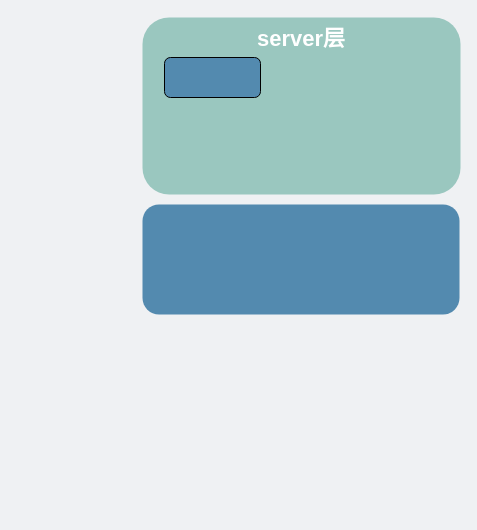
Earlier version of the draw.io diagram network/Mysql架构.drawio (xiaobaiTech/image). Source tidied: cells renumbered, new cells numbered last; positions are measured from the earlier drawing's top-left corner, leaving out a move shared by most shapes. Both pictures are drawn from the tidied source at 100%, with x=0, y=0 at pixel (142, 17).
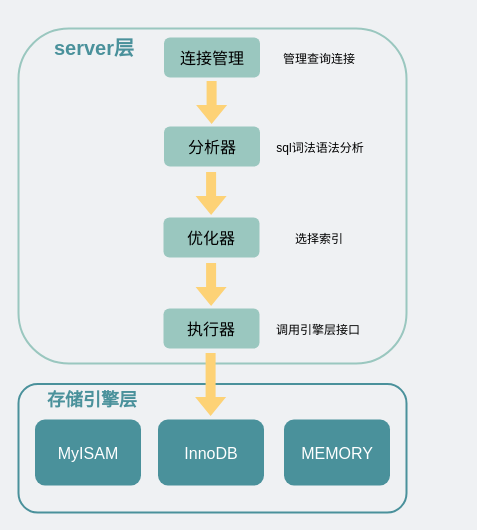
The same diagram, later.

What changed in the source:
```diff
@@
-    <mxCell id="2" style="rounded=1;whiteSpace=wrap;html=1;fillColor=#538AAF;strokeColor=none;" parent="1" vertex="1">
-      <mxGeometry y="187" width="317" height="110" as="geometry" />
-    </mxCell>
-    <mxCell id="3" style="rounded=1;whiteSpace=wrap;html=1;fillColor=#9AC7BF;strokeColor=none;" parent="1" vertex="1">
-      <mxGeometry width="318" height="177" as="geometry" />
+    <mxCell id="3" style="rounded=1;whiteSpace=wrap;html=1;fillColor=none;strokeColor=#9AC7BF;strokeWidth=2;" parent="1" vertex="1">
+      <mxGeometry x="-124" y="11" width="388" height="335" as="geometry" />
     </mxCell>
-    <mxCell id="4" value="&lt;font color=&quot;#ffffff&quot; size=&quot;1&quot;&gt;&lt;b style=&quot;font-size: 22px&quot;&gt;server层&lt;/b&gt;&lt;/font&gt;" style="text;html=1;strokeColor=none;fillColor=none;align=center;verticalAlign=middle;whiteSpace=wrap;rounded=0;" parent="1" vertex="1">
-      <mxGeometry x="107.5" y="6" width="102" height="32" as="geometry" />
+    <mxCell id="4" value="&lt;font size=&quot;1&quot; color=&quot;#4a919b&quot;&gt;&lt;b style=&quot;font-size: 20px&quot;&gt;server层&lt;/b&gt;&lt;/font&gt;" style="text;html=1;strokeColor=none;fillColor=none;align=center;verticalAlign=middle;whiteSpace=wrap;rounded=0;" parent="1" vertex="1">
+      <mxGeometry x="-99" y="14" width="102" height="32" as="geometry" />
     </mxCell>
-    <mxCell id="5" style="rounded=1;whiteSpace=wrap;html=1;fontSize=22;fontColor=#FFFFFF;fillColor=#538AAF;" parent="1" vertex="1">
-      <mxGeometry x="22" y="40" width="96" height="40" as="geometry" />
+    <mxCell id="5" value="&lt;font style=&quot;font-size: 16px&quot; color=&quot;#000000&quot;&gt;连接管理&lt;/font&gt;" style="rounded=1;whiteSpace=wrap;html=1;fontSize=22;fontColor=#FFFFFF;fillColor=#9AC7BF;strokeColor=none;" parent="1" vertex="1">
+      <mxGeometry x="21.5" y="20" width="96" height="40" as="geometry" />
     </mxCell>
+    <mxCell id="6" value="&lt;font color=&quot;#000000&quot;&gt;&lt;span style=&quot;font-size: 16px&quot;&gt;分析器&lt;/span&gt;&lt;/font&gt;" style="rounded=1;whiteSpace=wrap;html=1;fontSize=22;fontColor=#FFFFFF;fillColor=#9AC7BF;strokeColor=none;" parent="1" vertex="1">
+      <mxGeometry x="21.5" y="109" width="96" height="40" as="geometry" />
+    </mxCell>
+    <mxCell id="7" style="shape=flexArrow;endArrow=classic;html=1;rounded=0;fontSize=16;fontColor=#000000;fillColor=#FDD276;strokeColor=none;" parent="1" edge="1">
+      <mxGeometry relative="1" as="geometry">
+        <mxPoint x="69.1" y="63" as="sourcePoint" />
+        <mxPoint x="69.1" y="107" as="targetPoint" />
+      </mxGeometry>
+    </mxCell>
+    <mxCell id="8" value="&lt;font color=&quot;#000000&quot;&gt;&lt;span style=&quot;font-size: 16px&quot;&gt;优化器&lt;/span&gt;&lt;/font&gt;" style="rounded=1;whiteSpace=wrap;html=1;fontSize=22;fontColor=#FFFFFF;fillColor=#9AC7BF;strokeColor=none;" parent="1" vertex="1">
+      <mxGeometry x="21" y="200" width="96" height="40" as="geometry" />
+    </mxCell>
+    <mxCell id="9" style="shape=flexArrow;endArrow=classic;html=1;rounded=0;fontSize=16;fontColor=#000000;fillColor=#FDD276;strokeColor=none;" parent="1" edge="1">
+      <mxGeometry relative="1" as="geometry">
+        <mxPoint x="68.6" y="154" as="sourcePoint" />
+        <mxPoint x="68.6" y="198" as="targetPoint" />
+      </mxGeometry>
+    </mxCell>
+    <mxCell id="10" value="&lt;font color=&quot;#000000&quot;&gt;&lt;span style=&quot;font-size: 16px&quot;&gt;执行器&lt;/span&gt;&lt;/font&gt;" style="rounded=1;whiteSpace=wrap;html=1;fontSize=22;fontColor=#FFFFFF;fillColor=#9AC7BF;strokeColor=none;" parent="1" vertex="1">
+      <mxGeometry x="21" y="291" width="96" height="40" as="geometry" />
+    </mxCell>
+    <mxCell id="11" style="shape=flexArrow;endArrow=classic;html=1;rounded=0;fontSize=16;fontColor=#000000;fillColor=#FDD276;strokeColor=none;" parent="1" edge="1">
+      <mxGeometry relative="1" as="geometry">
+        <mxPoint x="68.6" y="245" as="sourcePoint" />
+        <mxPoint x="68.6" y="289" as="targetPoint" />
+      </mxGeometry>
+    </mxCell>
+    <mxCell id="12" value="&lt;font style=&quot;font-size: 12px&quot;&gt;管理查询连接&lt;/font&gt;" style="text;html=1;strokeColor=none;fillColor=none;align=center;verticalAlign=middle;whiteSpace=wrap;rounded=0;fontSize=16;fontColor=#000000;" parent="1" vertex="1">
+      <mxGeometry x="117.5" y="24.5" width="118" height="31" as="geometry" />
+    </mxCell>
+    <mxCell id="13" value="&lt;font style=&quot;font-size: 12px&quot;&gt;sql词法语法分析&lt;/font&gt;" style="text;html=1;strokeColor=none;fillColor=none;align=center;verticalAlign=middle;whiteSpace=wrap;rounded=0;fontSize=16;fontColor=#000000;" parent="1" vertex="1">
+      <mxGeometry x="119" y="113.5" width="118" height="31" as="geometry" />
+    </mxCell>
+    <mxCell id="14" value="&lt;font style=&quot;font-size: 12px&quot;&gt;选择索引&lt;/font&gt;" style="text;html=1;strokeColor=none;fillColor=none;align=center;verticalAlign=middle;whiteSpace=wrap;rounded=0;fontSize=16;fontColor=#000000;" parent="1" vertex="1">
+      <mxGeometry x="117.5" y="204.5" width="118" height="31" as="geometry" />
+    </mxCell>
+    <mxCell id="15" value="&lt;font style=&quot;font-size: 12px&quot;&gt;调用引擎层接口&lt;/font&gt;" style="text;html=1;strokeColor=none;fillColor=none;align=center;verticalAlign=middle;whiteSpace=wrap;rounded=0;fontSize=16;fontColor=#000000;" parent="1" vertex="1">
+      <mxGeometry x="117" y="295.5" width="118" height="31" as="geometry" />
+    </mxCell>
+    <mxCell id="16" style="rounded=1;whiteSpace=wrap;html=1;fillColor=none;strokeColor=#4A919B;strokeWidth=2;" parent="1" vertex="1">
+      <mxGeometry x="-124" y="366.5" width="388" height="128.5" as="geometry" />
+    </mxCell>
+    <mxCell id="17" value="&lt;font&gt;&lt;span style=&quot;font-size: 16px&quot;&gt;MEMORY&lt;/span&gt;&lt;/font&gt;" style="rounded=1;whiteSpace=wrap;html=1;fontSize=22;fontColor=#FFFFFF;fillColor=#4A919B;strokeColor=none;" parent="1" vertex="1">
+      <mxGeometry x="141.5" y="402" width="106" height="66" as="geometry" />
+    </mxCell>
+    <mxCell id="18" value="&lt;font&gt;&lt;span style=&quot;font-size: 16px&quot;&gt;InnoDB&lt;/span&gt;&lt;/font&gt;" style="rounded=1;whiteSpace=wrap;html=1;fontSize=22;fontColor=#FFFFFF;fillColor=#4A919B;strokeColor=none;" parent="1" vertex="1">
+      <mxGeometry x="15.5" y="402" width="106" height="66" as="geometry" />
+    </mxCell>
+    <mxCell id="19" value="&lt;font&gt;&lt;span style=&quot;font-size: 16px&quot;&gt;MyISAM&lt;/span&gt;&lt;/font&gt;" style="rounded=1;whiteSpace=wrap;html=1;fontSize=22;fontColor=#FFFFFF;fillColor=#4A919B;strokeColor=none;" parent="1" vertex="1">
+      <mxGeometry x="-107.5" y="402" width="106" height="66" as="geometry" />
+    </mxCell>
+    <mxCell id="20" style="shape=flexArrow;endArrow=classic;html=1;rounded=0;fontSize=16;fontColor=#000000;fillColor=#FDD276;strokeColor=none;" parent="1" edge="1">
+      <mxGeometry relative="1" as="geometry">
+        <mxPoint x="68.1" y="335" as="sourcePoint" />
+        <mxPoint x="68.1" y="399" as="targetPoint" />
+      </mxGeometry>
+    </mxCell>
+    <mxCell id="21" value="&lt;font size=&quot;1&quot; color=&quot;#4a919b&quot;&gt;&lt;b style=&quot;font-size: 18px&quot;&gt;存储引擎层&lt;/b&gt;&lt;/font&gt;" style="text;html=1;strokeColor=none;fillColor=none;align=center;verticalAlign=middle;whiteSpace=wrap;rounded=0;" parent="1" vertex="1">
+      <mxGeometry x="-104.5" y="366.5" width="107.5" height="32.5" as="geometry" />
+    </mxCell>
```
